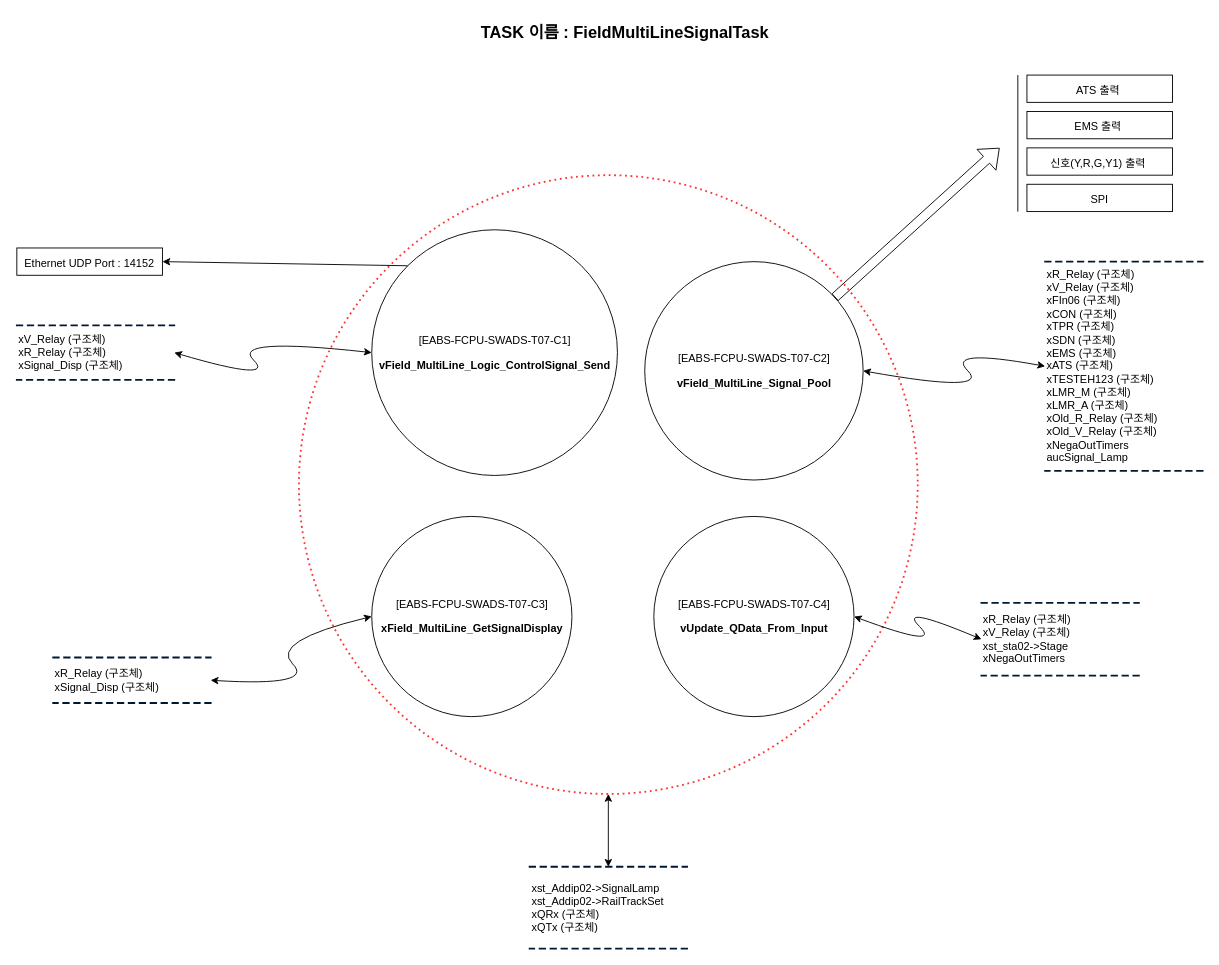
Earlier version of the draw.io diagram page "EABS-FCPU-SWF07" (8 of 10) of EABS/Document_Pack/Design/F-CPU/eabs_f_cpu_data_flow_diagram_01.drawio.xml (chillin2/MyDraw.io). Source tidied: cells renumbered, new cells numbered last; positions are measured from the earlier drawing's top-left corner, leaving out a move shared by most shapes. Both pictures are drawn from the tidied source at 91%, with x=0, y=0 at pixel (16, 20).
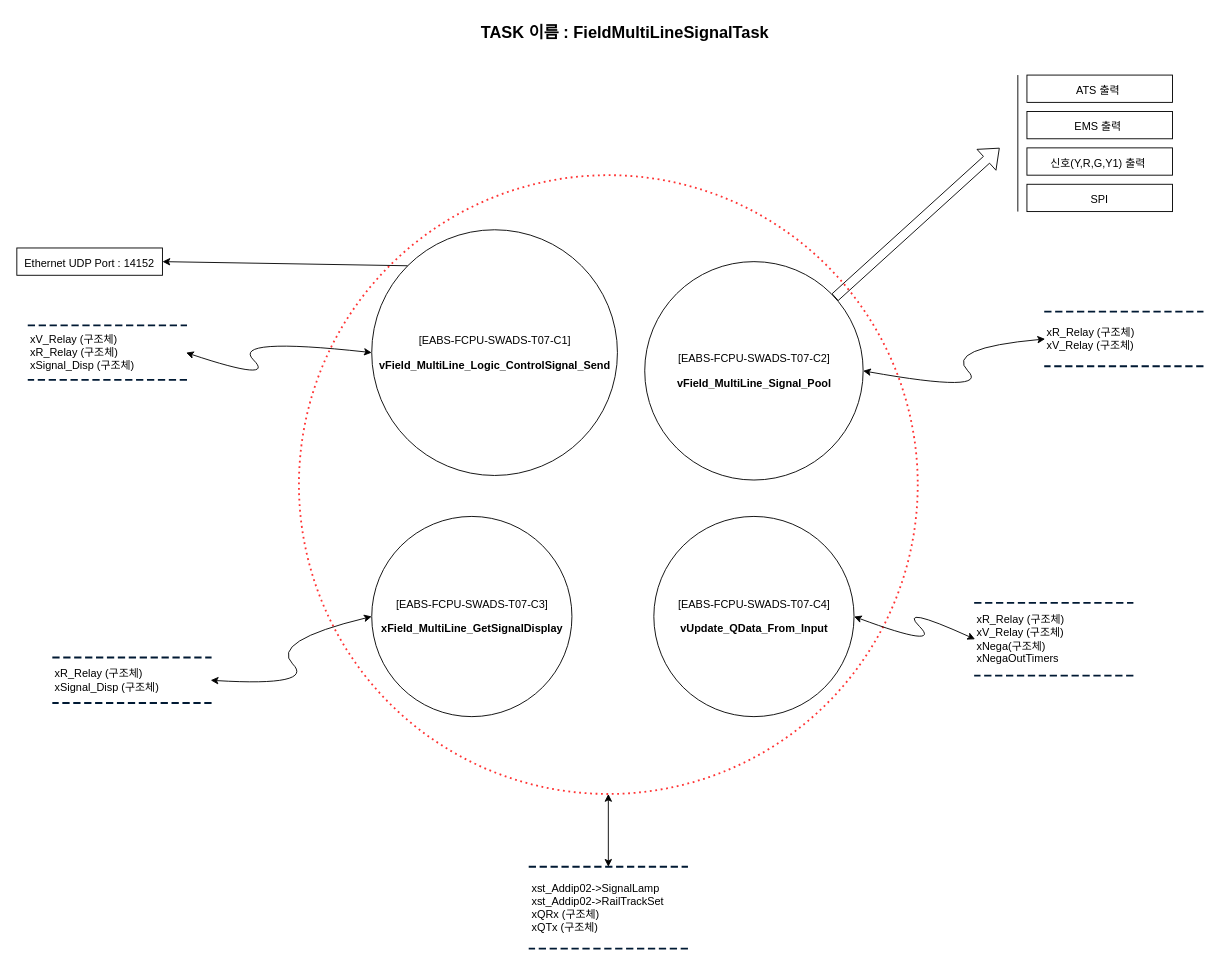
Above is the later version.

Change to the diagram source:
```diff
@@
-    <mxCell id="9" value="xR_Relay (구조체)&lt;br&gt;xV_Relay (구조체)&lt;br&gt;xst_sta02-&amp;gt;Stage&lt;br&gt;xNegaOutTimers" style="html=1;dashed=1;whitespace=wrap;shape=partialRectangle;right=0;left=0;strokeColor=#001933;strokeWidth=2;align=left;" parent="1" vertex="1">
-      <mxGeometry x="1060" y="640" width="173" height="80" as="geometry" />
+    <mxCell id="9" value="xR_Relay (구조체)&lt;br&gt;xV_Relay (구조체)&lt;br&gt;xNega(구조체)&lt;div&gt;xNegaOutTimers&lt;br&gt;&lt;/div&gt;" style="html=1;dashed=1;whitespace=wrap;shape=partialRectangle;right=0;left=0;strokeColor=#001933;strokeWidth=2;align=left;" parent="1" vertex="1">
+      <mxGeometry x="1053" y="640" width="173" height="80" as="geometry" />
     </mxCell>
@@
     <mxCell id="16" value="xV_Relay (구조체)&lt;br&gt;xR_Relay (구조체)&lt;br&gt;xSignal_Disp&amp;nbsp;(구조체)" style="html=1;dashed=1;whitespace=wrap;shape=partialRectangle;right=0;left=0;strokeColor=#001933;strokeWidth=2;align=left;" parent="1" vertex="1">
-      <mxGeometry y="335" width="173" height="60" as="geometry" />
+      <mxGeometry x="13" y="335" width="173" height="60" as="geometry" />
     </mxCell>
@@
-    <mxCell id="23" value="xR_Relay (구조체)&lt;br&gt;xV_Relay (구조체)&lt;br&gt;xFIn06 (구조체)&lt;br&gt;xCON (구조체)&lt;br&gt;xTPR (구조체)&lt;br&gt;xSDN&amp;nbsp;(구조체)&lt;br&gt;xEMS (구조체)&lt;br&gt;xATS (구조체)&lt;br&gt;xTESTEH123&amp;nbsp;(구조체)&lt;br&gt;xLMR_M&amp;nbsp;(구조체)&lt;br&gt;xLMR_A (구조체)&lt;br&gt;xOld_R_Relay (구조체)&lt;br&gt;xOld_V_Relay (구조체)&lt;br&gt;xNegaOutTimers&lt;br&gt;aucSignal_Lamp" style="html=1;dashed=1;whitespace=wrap;shape=partialRectangle;right=0;left=0;strokeColor=#001933;strokeWidth=2;align=left;" parent="1" vertex="1">
-      <mxGeometry x="1130" y="265" width="173" height="230" as="geometry" />
+    <mxCell id="23" value="xR_Relay (구조체)&lt;br&gt;xV_Relay (구조체)" style="html=1;dashed=1;whitespace=wrap;shape=partialRectangle;right=0;left=0;strokeColor=#001933;strokeWidth=2;align=left;" parent="1" vertex="1">
+      <mxGeometry x="1130" y="320" width="173" height="60" as="geometry" />
     </mxCell>
```
